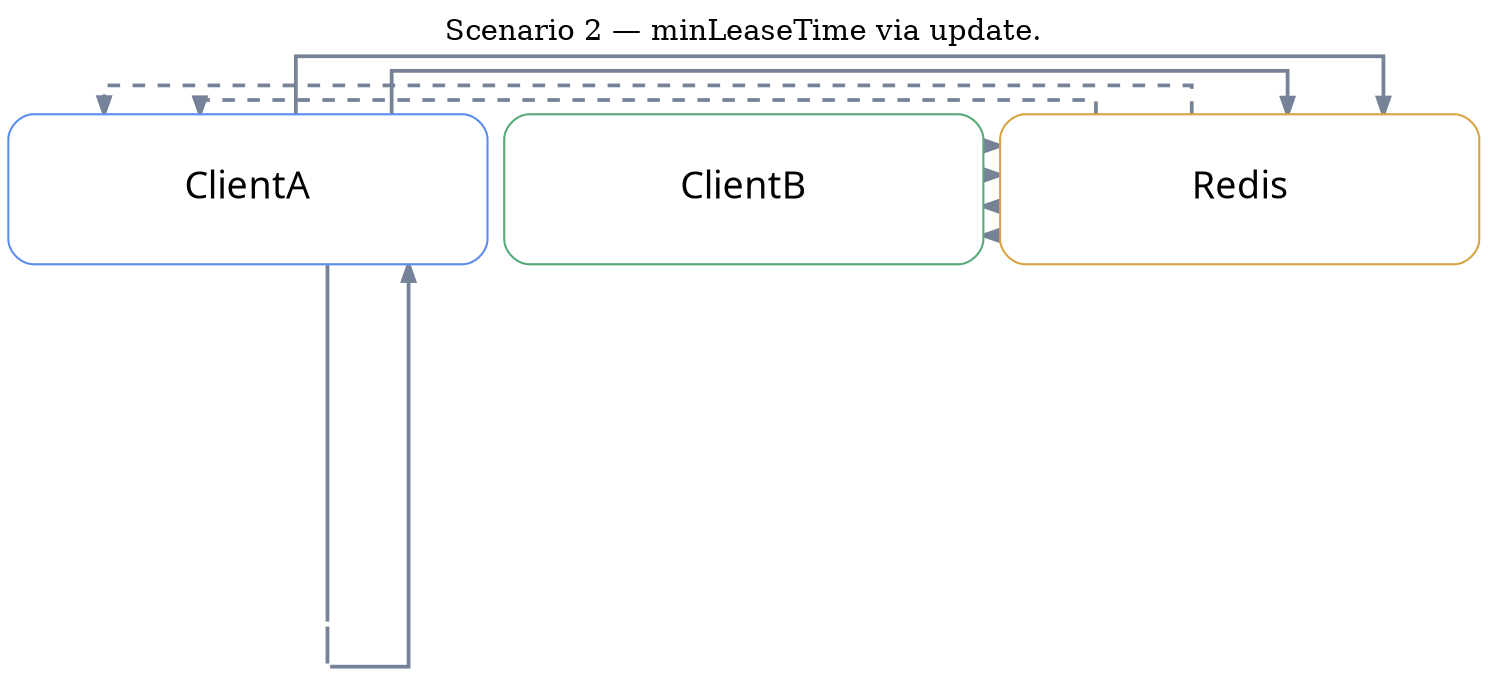
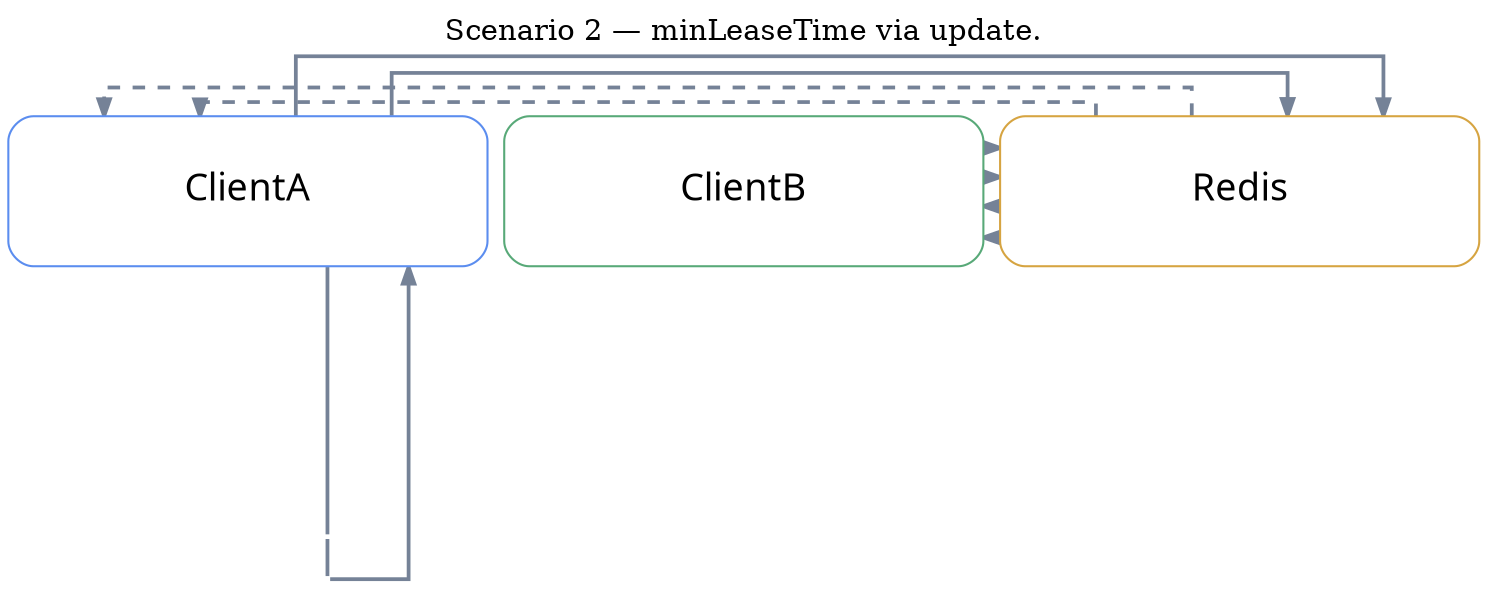
digraph "leader-redis-redisson-sequence-03" {
  graph [layout=neato, rankdir=TB, splines=ortho, overlap=false, outputorder=edgesfirst, nodesep=0.55, ranksep=0.75, bgcolor="transparent", label="Scenario 2 — minLeaseTime via update.", labelloc=t];
  node [shape=box, style="rounded,filled", fontname="Architects Daughter", fontsize=18, margin="0.16,0.10"];
  edge [color="#758297", penwidth=1.8, arrowsize=0.8, fontname="Comic Mono", fontsize=10];
  n0 [label="ClientA", fillcolor="#ffffff", color="#5B8DEF", width=3.19, height=1.00, pos="195.00,498.00!"];
  n1 [label="ClientB", fillcolor="#ffffff", color="#58A978", width=3.19, height=1.00, pos="594.00,498.00!"];
  n2 [label="Redis", fillcolor="#ffffff", color="#D6A441", width=3.19, height=1.00, pos="993.00,498.00!"];
  n0 -> n2 [];
  n2 -> n0 [style=dashed];
-   r3p1 [label="", shape=point, width=0.03, height=0.03, fixedsize=true, style=invis, pos="259.00,148.00!"];
-   r3p2 [label="", shape=point, width=0.03, height=0.03, fixedsize=true, style=invis, pos="259.00,114.00!"];
+   r3p1 [label="", shape=point, width=0.03, height=0.03, fixedsize=true, style=invis, pos="259.00,220.00!"];
+   r3p2 [label="", shape=point, width=0.03, height=0.03, fixedsize=true, style=invis, pos="259.00,186.00!"];
  n0 -> r3p1 [arrowhead=none];
  r3p1 -> r3p2 [arrowhead=none];
  r3p2 -> n0 [];
  n0 -> n2 [];
  n2 -> n0 [style=dashed];
  n1 -> n2 [];
  n2 -> n1 [style=dashed];
  n1 -> n2 [];
  n2 -> n1 [style=dashed];
}
